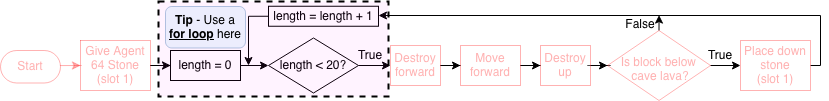
Before: tutorials/python-islands/island-7/autominer/images/flowchart-landscape_2.png, a diagram exported from draw.io (CausewayDigital/Minecraft-EE-MakeCode). Source tidied: cells renumbered, new cells last; positions are measured from the earlier drawing's top-left corner, leaving out a move shared by most shapes.
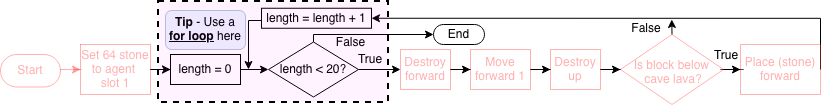
The same diagram one commit later.

Commit message:
Updated flowchart images for autominer

What changed in the source:
```diff
@@ -10,7 +10,7 @@
     <mxCell id="3" style="edgeStyle=orthogonalEdgeStyle;rounded=0;jettySize=auto;html=1;shadow=0;" parent="1" edge="1" source="4" target="6">
       <mxGeometry relative="1" as="geometry" />
     </mxCell>
-    <mxCell id="4" value="&lt;div&gt;Give Agent 64 Stone&lt;/div&gt;(slot 1)" style="rounded=0;whiteSpace=wrap;html=1;strokeColor=#FF0000;opacity=30;fontColor=#FF0000;textOpacity=30;" parent="1" vertex="1">
+    <mxCell id="4" value="Set 64 stone to agent&amp;nbsp;&lt;div&gt;slot 1&lt;/div&gt;" style="rounded=0;whiteSpace=wrap;html=1;strokeColor=#FF0000;opacity=30;fontColor=#FF0000;textOpacity=30;" parent="1" vertex="1">
       <mxGeometry x="80" y="39" width="70" height="50" as="geometry" />
     </mxCell>
     <mxCell id="5" style="edgeStyle=orthogonalEdgeStyle;rounded=0;jettySize=auto;html=1;shadow=0;" parent="1" edge="1" source="6" target="8">
@@ -22,6 +22,18 @@
     <mxCell id="7" style="edgeStyle=orthogonalEdgeStyle;rounded=0;jettySize=auto;html=1;shadow=0;" parent="1" edge="1" source="8" target="10">
       <mxGeometry relative="1" as="geometry" />
     </mxCell>
+    <mxCell id="28" style="edgeStyle=orthogonalEdgeStyle;rounded=0;jettySize=auto;html=1;exitX=0.5;exitY=0;exitDx=0;exitDy=0;fontSize=12;" parent="1" edge="1" source="8" target="31">
+      <mxGeometry relative="1" as="geometry">
+        <Array as="points">
+          <mxPoint x="313" y="29" />
+        </Array>
+      </mxGeometry>
+    </mxCell>
+    <mxCell id="29" value="&lt;font style=&quot;font-size: 12px;&quot;&gt;False&lt;/font&gt;" style="edgeLabel;html=1;align=center;verticalAlign=middle;" parent="28" vertex="1">
+      <mxGeometry x="-0.48" y="1" relative="1" as="geometry">
+        <mxPoint x="10" y="9" as="offset" />
+      </mxGeometry>
+    </mxCell>
     <mxCell id="8" value="length &amp;lt; 20?" style="rhombus;whiteSpace=wrap;html=1;shadow=0;" parent="1" vertex="1">
       <mxGeometry x="268" y="36.5" width="90" height="55" as="geometry" />
     </mxCell>
@@ -29,49 +41,49 @@
       <mxGeometry relative="1" as="geometry" />
     </mxCell>
     <mxCell id="10" value="Destroy forward" style="rounded=0;whiteSpace=wrap;html=1;shadow=0;strokeColor=#FF0000;opacity=30;fontColor=#FF0000;textOpacity=30;" parent="1" vertex="1">
-      <mxGeometry x="390" y="44" width="50" height="40" as="geometry" />
+      <mxGeometry x="400" y="44" width="50" height="40" as="geometry" />
     </mxCell>
     <mxCell id="11" style="edgeStyle=orthogonalEdgeStyle;rounded=0;jettySize=auto;html=1;exitX=1;exitY=0.5;exitDx=0;exitDy=0;shadow=0;" parent="1" edge="1" source="12" target="14">
       <mxGeometry relative="1" as="geometry" />
     </mxCell>
-    <mxCell id="12" value="Move forward" style="rounded=0;whiteSpace=wrap;html=1;shadow=0;strokeColor=#FF0000;opacity=30;fontColor=#FF0000;textOpacity=30;" parent="1" vertex="1">
-      <mxGeometry x="460" y="44" width="60" height="40" as="geometry" />
+    <mxCell id="12" value="Move forward 1" style="rounded=0;whiteSpace=wrap;html=1;shadow=0;strokeColor=#FF0000;opacity=30;fontColor=#FF0000;textOpacity=30;" parent="1" vertex="1">
+      <mxGeometry x="470" y="44" width="60" height="40" as="geometry" />
     </mxCell>
     <mxCell id="13" style="edgeStyle=orthogonalEdgeStyle;rounded=0;jettySize=auto;html=1;shadow=0;" parent="1" edge="1" source="14" target="17">
       <mxGeometry relative="1" as="geometry" />
     </mxCell>
     <mxCell id="14" value="Destroy up" style="rounded=0;whiteSpace=wrap;html=1;shadow=0;strokeColor=#FF0000;opacity=30;fontColor=#FF0000;textOpacity=30;" parent="1" vertex="1">
-      <mxGeometry x="540" y="44" width="50" height="40" as="geometry" />
+      <mxGeometry x="550" y="44" width="50" height="40" as="geometry" />
     </mxCell>
     <mxCell id="15" style="edgeStyle=orthogonalEdgeStyle;rounded=0;jettySize=auto;html=1;shadow=0;" parent="1" edge="1" source="17" target="19">
       <mxGeometry relative="1" as="geometry" />
     </mxCell>
-    <mxCell id="16" style="edgeStyle=orthogonalEdgeStyle;rounded=0;jettySize=auto;html=1;exitX=0.5;exitY=0;exitDx=0;exitDy=0;entryX=0.964;entryY=0.029;entryDx=0;entryDy=0;entryPerimeter=0;shadow=0;" parent="1" edge="1" source="17" target="22">
-      <mxGeometry relative="1" as="geometry" />
-    </mxCell>
+    <mxCell id="30" style="edgeStyle=orthogonalEdgeStyle;rounded=0;jettySize=auto;html=1;exitX=0.5;exitY=0;exitDx=0;exitDy=0;" parent="1" edge="1" source="17">
+      <mxGeometry relative="1" as="geometry">
+        <mxPoint x="671.3" y="14" as="targetPoint" />
+      </mxGeometry>
+    </mxCell>
     <mxCell id="17" value="Is block below&amp;nbsp;&lt;br&gt;cave lava?" style="rhombus;whiteSpace=wrap;html=1;verticalAlign=middle;spacingBottom=0;spacingTop=7;spacingLeft=3;shadow=0;strokeColor=#FF0000;opacity=30;fontColor=#FF0000;textOpacity=30;" parent="1" vertex="1">
-      <mxGeometry x="607" y="29" width="103" height="70" as="geometry" />
+      <mxGeometry x="620" y="29" width="103" height="70" as="geometry" />
     </mxCell>
-    <mxCell id="18" style="edgeStyle=orthogonalEdgeStyle;rounded=0;jettySize=auto;html=1;entryX=1;entryY=0.5;entryDx=0;entryDy=0;shadow=0;" parent="1" edge="1" source="19" target="24">
+    <mxCell id="18" style="edgeStyle=orthogonalEdgeStyle;rounded=0;jettySize=auto;html=1;exitX=1;exitY=0.5;exitDx=0;exitDy=0;entryX=1;entryY=0.5;entryDx=0;entryDy=0;" parent="1" edge="1" source="19" target="24">
       <mxGeometry relative="1" as="geometry">
         <Array as="points">
-          <mxPoint x="820" y="64" />
-          <mxPoint x="820" y="14" />
-          <mxPoint x="378" y="14" />
+          <mxPoint x="820" y="13" />
         </Array>
       </mxGeometry>
     </mxCell>
-    <mxCell id="19" value="&lt;div&gt;Place down stone&lt;/div&gt;(slot 1)" style="rounded=0;whiteSpace=wrap;html=1;shadow=0;strokeColor=#FF0000;opacity=30;fontColor=#FF0000;textOpacity=30;" parent="1" vertex="1">
-      <mxGeometry x="740" y="39" width="70" height="50" as="geometry" />
+    <mxCell id="19" value="&lt;div&gt;Place (stone) forward&lt;/div&gt;" style="rounded=0;whiteSpace=wrap;html=1;shadow=0;strokeColor=#FF0000;opacity=30;fontColor=#FF0000;textOpacity=30;" parent="1" vertex="1">
+      <mxGeometry x="740" y="39" width="80" height="50" as="geometry" />
     </mxCell>
     <mxCell id="20" value="True&lt;span style=&quot;color: rgba(0 , 0 , 0 , 0) ; font-family: monospace ; font-size: 0px&quot;&gt;%3CmxGraphModel%3E%3Croot%3E%3CmxCell%20id%3D%220%22%2F%3E%3CmxCell%20id%3D%221%22%20parent%3D%220%22%2F%3E%3CmxCell%20id%3D%222%22%20value%3D%22destroy%20forward%22%20style%3D%22rounded%3D0%3BwhiteSpace%3Dwrap%3Bhtml%3D1%3B%22%20vertex%3D%221%22%20parent%3D%221%22%3E%3CmxGeometry%20x%3D%22240%22%20y%3D%22560%22%20width%3D%22120%22%20height%3D%2260%22%20as%3D%22geometry%22%2F%3E%3C%2FmxCell%3E%3C%2Froot%3E%3C%2FmxGraphModel%3E&lt;/span&gt;" style="text;html=1;align=center;verticalAlign=middle;whiteSpace=wrap;rounded=0;shadow=0;" parent="1" vertex="1">
       <mxGeometry x="350" y="44" width="40" height="20" as="geometry" />
     </mxCell>
     <mxCell id="21" value="True&lt;span style=&quot;color: rgba(0 , 0 , 0 , 0) ; font-family: monospace ; font-size: 0px&quot;&gt;%3CmxGraphModel%3E%3Croot%3E%3CmxCell%20id%3D%220%22%2F%3E%3CmxCell%20id%3D%221%22%20parent%3D%220%22%2F%3E%3CmxCell%20id%3D%222%22%20value%3D%22destroy%20forward%22%20style%3D%22rounded%3D0%3BwhiteSpace%3Dwrap%3Bhtml%3D1%3B%22%20vertex%3D%221%22%20parent%3D%221%22%3E%3CmxGeometry%20x%3D%22240%22%20y%3D%22560%22%20width%3D%22120%22%20height%3D%2260%22%20as%3D%22geometry%22%2F%3E%3C%2FmxCell%3E%3C%2Froot%3E%3C%2FmxGraphModel%3E&lt;/span&gt;" style="text;html=1;align=center;verticalAlign=middle;whiteSpace=wrap;rounded=0;shadow=0;" parent="1" vertex="1">
-      <mxGeometry x="700" y="44" width="40" height="20" as="geometry" />
+      <mxGeometry x="706" y="40" width="40" height="20" as="geometry" />
     </mxCell>
     <mxCell id="22" value="False" style="text;html=1;align=center;verticalAlign=middle;whiteSpace=wrap;rounded=0;shadow=0;" parent="1" vertex="1">
-      <mxGeometry x="620" y="13" width="40" height="20" as="geometry" />
+      <mxGeometry x="626" y="12.8" width="40" height="20" as="geometry" />
     </mxCell>
     <mxCell id="23" style="edgeStyle=orthogonalEdgeStyle;rounded=0;jettySize=auto;html=1;exitX=0;exitY=0.5;exitDx=0;exitDy=0;shadow=0;" parent="1" edge="1" source="24">
       <mxGeometry relative="1" as="geometry">
@@ -82,16 +94,20 @@
       </mxGeometry>
     </mxCell>
     <mxCell id="24" value="length = length + 1" style="rounded=0;whiteSpace=wrap;html=1;shadow=0;" parent="1" vertex="1">
-      <mxGeometry x="268" y="4.8" width="110" height="20" as="geometry" />
+      <mxGeometry x="261" y="2.8" width="110" height="20" as="geometry" />
     </mxCell>
-    <mxCell id="25" style="rounded=0;whiteSpace=wrap;html=1;fillColor=light-dark(#FB0FFF0D,#EDEDED0D);strokeColor=#000000;strokeWidth=2;dashed=1;perimeterSpacing=0;shadow=0;" parent="1" vertex="1">
-      <mxGeometry x="158" width="230" height="95" as="geometry" />
-    </mxCell>
     <mxCell id="26" value="&lt;b&gt;Tip &lt;/b&gt;- Use a &lt;b&gt;&lt;u&gt;for loop&lt;/u&gt;&lt;/b&gt; here" style="text;html=1;whiteSpace=wrap;strokeColor=#6c8ebf;fillColor=#dae8fc;align=center;verticalAlign=middle;rounded=1;glass=0;shadow=0;opacity=50;" parent="1" vertex="1">
-      <mxGeometry x="165" y="5" width="80" height="41.5" as="geometry" />
+      <mxGeometry x="165" y="5" width="80" height="39" as="geometry" />
     </mxCell>
     <mxCell id="27" value="Start" style="html=1;dashed=0;whiteSpace=wrap;shape=mxgraph.dfd.start;strokeColor=#FF0000;opacity=30;fontColor=#FF0000;textOpacity=30;" parent="1" vertex="1">
       <mxGeometry y="49" width="60" height="32.5" as="geometry" />
     </mxCell>
+    <mxCell id="31" value="End" style="html=1;dashed=0;whiteSpace=wrap;shape=mxgraph.dfd.start;" parent="1" vertex="1">
+      <mxGeometry x="433" y="19" width="51" height="20" as="geometry" />
+    </mxCell>
+    <mxCell id="32" value="Untitled Layer" parent="0" />
+    <mxCell id="25" style="rounded=0;whiteSpace=wrap;html=1;fillColor=light-dark(#FB0FFF0D,#EDEDED0D);strokeColor=#000000;strokeWidth=2;dashed=1;perimeterSpacing=0;shadow=0;" parent="32" vertex="1">
+      <mxGeometry x="158" y="-4" width="230" height="101" as="geometry" />
+    </mxCell>
   </root>
 </mxGraphModel>
```
